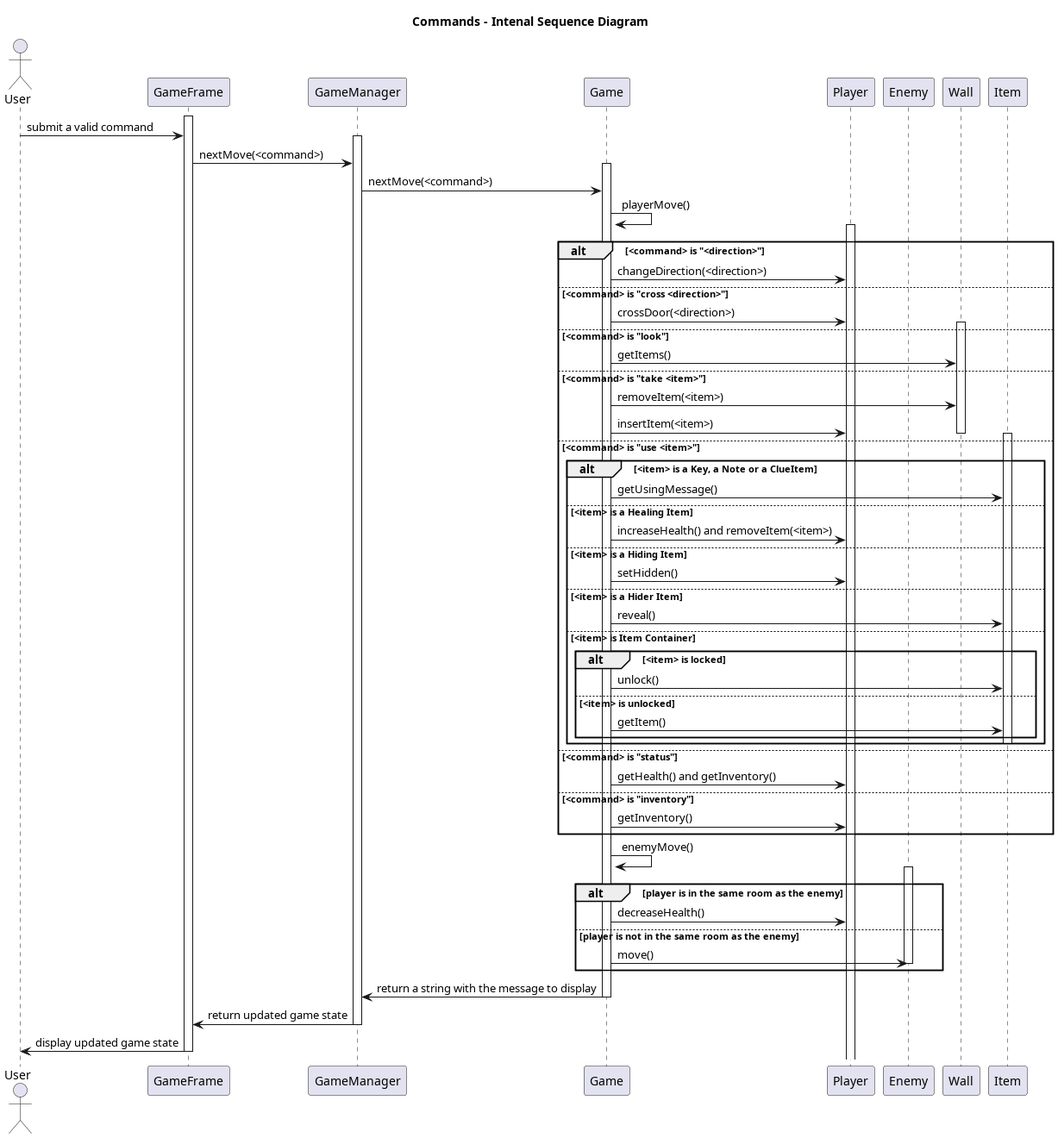
This is docs/uml/CommandInternalSequenceDiagram.png from nardib/TextAdventure, a PlantUML export, as it was before one commit.
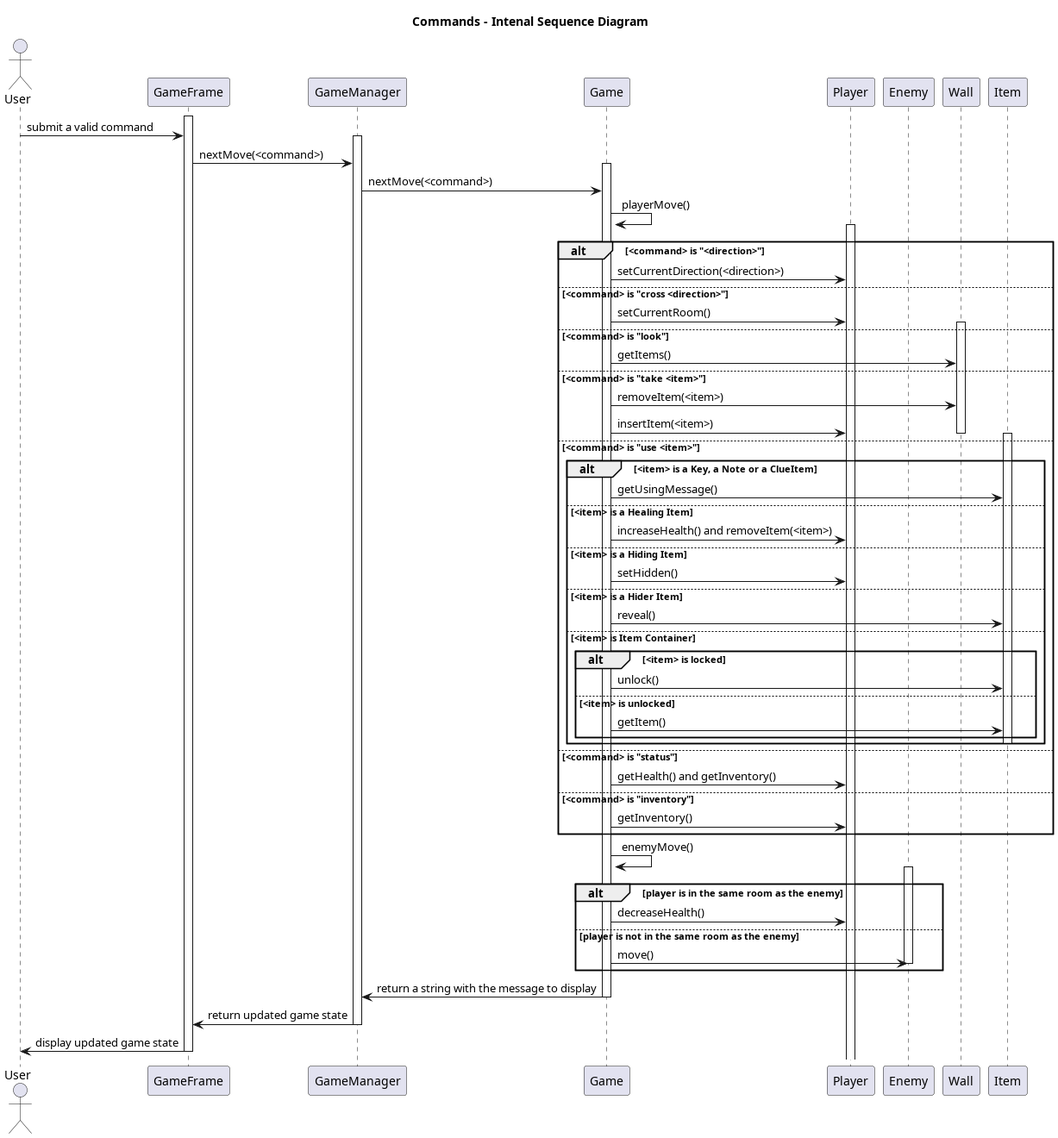
Above is the later version.

Diff of the diagram source:
```diff
@@ -23,9 +23,9 @@
 
 activate Player
 alt <command> is "<direction>"
-    Game -> Player : changeDirection(<direction>)
+    Game -> Player : setCurrentDirection(<direction>)
 else <command> is "cross <direction>"
-    Game -> Player : crossDoor(<direction>)
+    Game -> Player : setCurrentRoom()
 else <command> is "look"
     activate Wall
     Game -> Wall : getItems()
```
